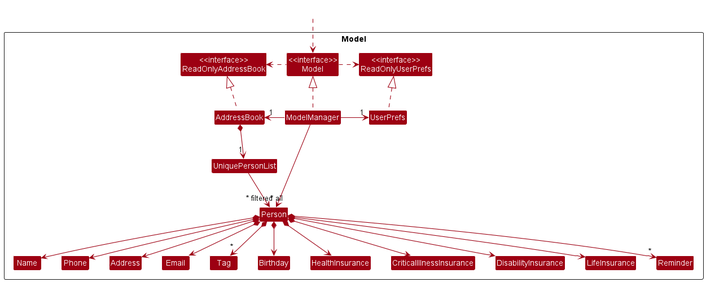
The PlantUML diagram docs/images/ModelClassDiagram.png in nus-cs2103-AY2223S1/tp, before a commit.
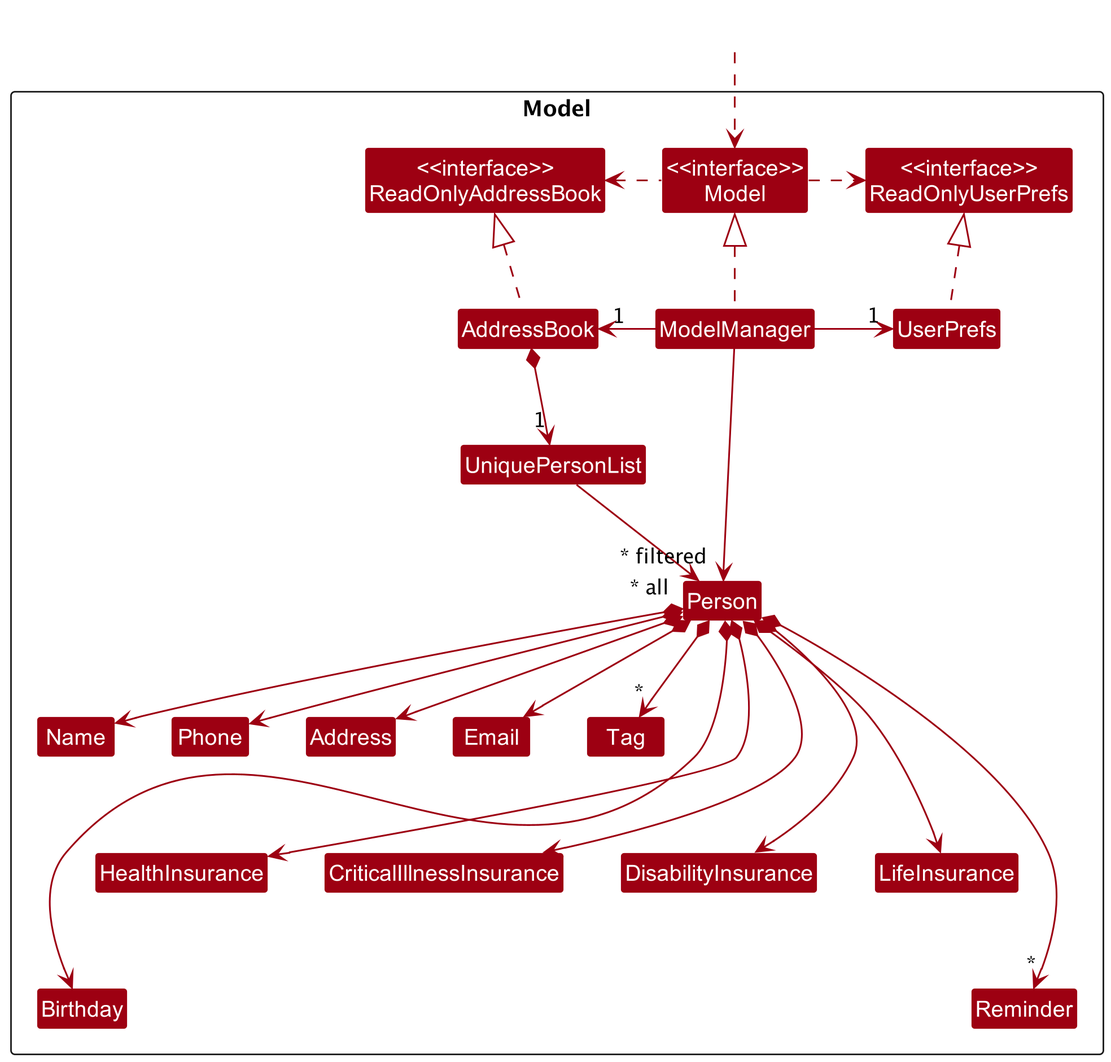
After the commit.

Commit message:
Update DG for Model and replace links

What changed in the source:
```diff
@@ -46,12 +46,12 @@
 Person *--> Email
 Person *--> Address
 Person *--> "*" Tag
-Person *--> Birthday
-Person *--> HealthInsurance
-Person *--> LifeInsurance
-Person *--> CriticalIllnessInsurance
-Person *--> DisabilityInsurance
-Person *--> "*" Reminder
+Person *---> HealthInsurance
+Person *---> LifeInsurance
+Person *---> CriticalIllnessInsurance
+Person *---> DisabilityInsurance
+Person *----> "*" Reminder
+Person *----> Birthday
 
 Name -[hidden]right-> Phone
 Phone -[hidden]right-> Address
```
